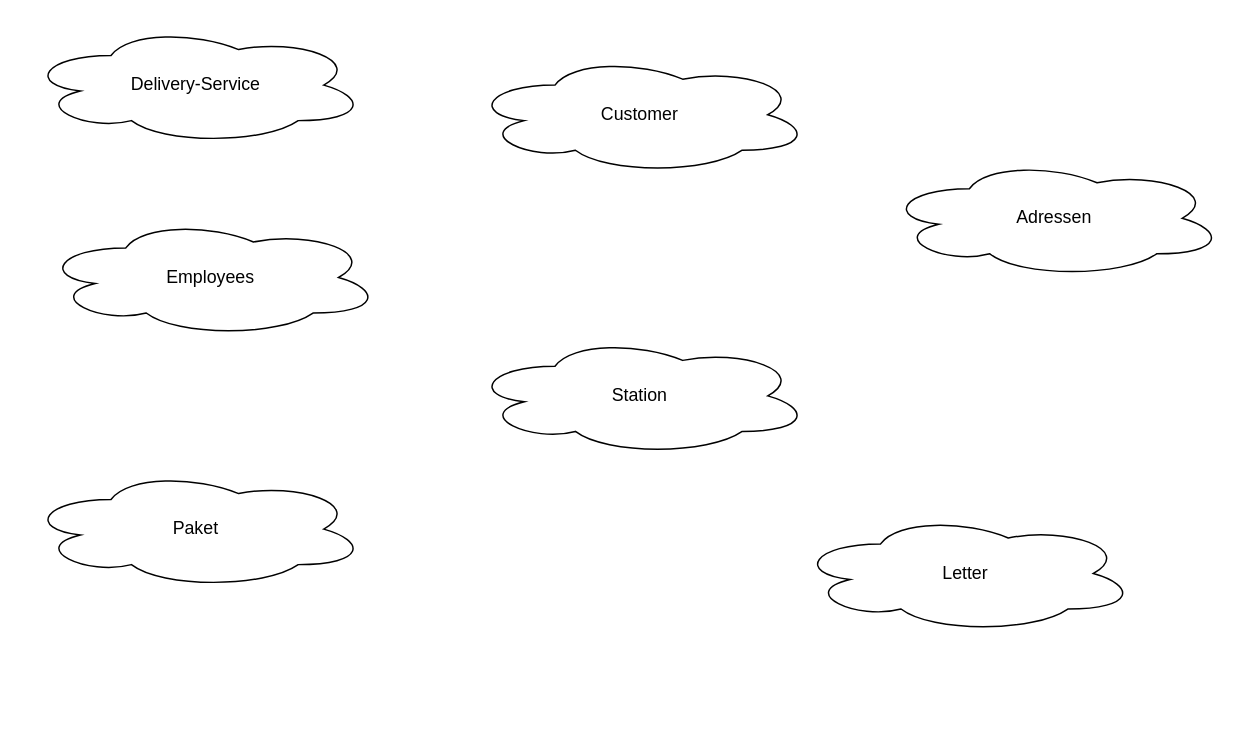
ChrisgetGit/CF_DB-Dev_ChristianS_RobertC keeps this draw.io diagram as DatabaseDay01/Transport/TransportForm1.drawio. Above is the earlier version. Source tidied: cells renumbered, new cells numbered last; positions are measured from the earlier drawing's top-left corner, leaving out a move shared by most shapes. Both pictures are drawn from the tidied source at 148%, with x=0, y=0 at pixel (25, 25).
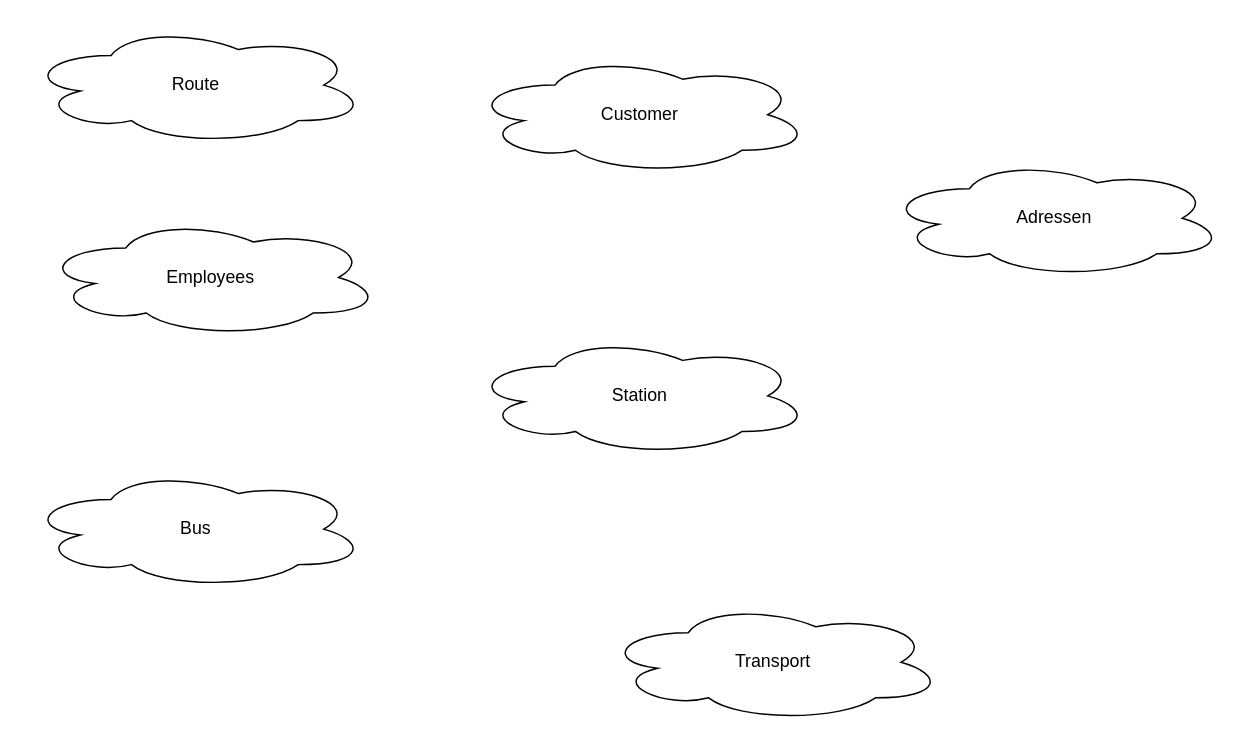
After the change.

The edit, as a diff of the source:
```diff
@@
 <mxGraphModel>
   <root>
     <mxCell id="0" />
     <mxCell id="1" parent="0" />
-    <mxCell id="2" value="Paket" style="ellipse;shape=cloud;whiteSpace=wrap;html=1;" parent="1" vertex="1">
+    <mxCell id="2" value="Bus" style="ellipse;shape=cloud;whiteSpace=wrap;html=1;" parent="1" vertex="1">
       <mxGeometry y="300" width="230" height="80" as="geometry" />
     </mxCell>
     <mxCell id="3" value="Station" style="ellipse;shape=cloud;whiteSpace=wrap;html=1;" parent="1" vertex="1">
       <mxGeometry x="300" y="210" width="230" height="80" as="geometry" />
     </mxCell>
     <mxCell id="4" value="Adressen" style="ellipse;shape=cloud;whiteSpace=wrap;html=1;" parent="1" vertex="1">
       <mxGeometry x="580" y="90" width="230" height="80" as="geometry" />
     </mxCell>
     <mxCell id="5" value="Customer" style="ellipse;shape=cloud;whiteSpace=wrap;html=1;" parent="1" vertex="1">
       <mxGeometry x="300" y="20" width="230" height="80" as="geometry" />
     </mxCell>
     <mxCell id="6" value="Employees" style="ellipse;shape=cloud;whiteSpace=wrap;html=1;" parent="1" vertex="1">
       <mxGeometry x="10" y="130" width="230" height="80" as="geometry" />
     </mxCell>
-    <mxCell id="7" value="Delivery-Service" style="ellipse;shape=cloud;whiteSpace=wrap;html=1;" parent="1" vertex="1">
+    <mxCell id="7" value="Route" style="ellipse;shape=cloud;whiteSpace=wrap;html=1;" parent="1" vertex="1">
       <mxGeometry width="230" height="80" as="geometry" />
     </mxCell>
-    <mxCell id="8" value="Letter" style="ellipse;shape=cloud;whiteSpace=wrap;html=1;" parent="1" vertex="1">
-      <mxGeometry x="520" y="330" width="230" height="80" as="geometry" />
-    </mxCell>
+    <mxCell id="9" value="Transport" style="ellipse;shape=cloud;whiteSpace=wrap;html=1;" parent="1" vertex="1">
+      <mxGeometry x="390" y="390" width="230" height="80" as="geometry" />
+    </mxCell>
   </root>
 </mxGraphModel>
```
